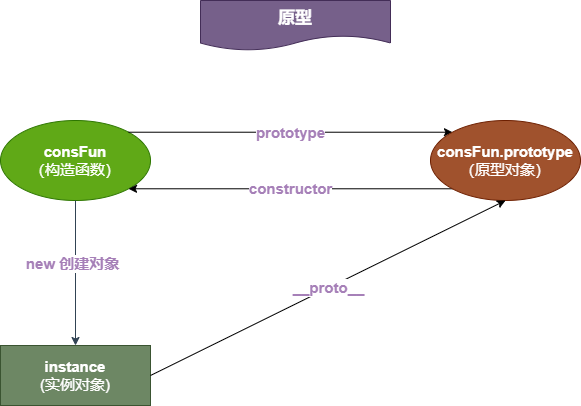
Before: 未命名绘图.drawio.png, a diagram exported from draw.io (arrayListTwo/draw). Source tidied: cells renumbered, new cells last; positions are measured from the earlier drawing's top-left corner, leaving out a move shared by most shapes.
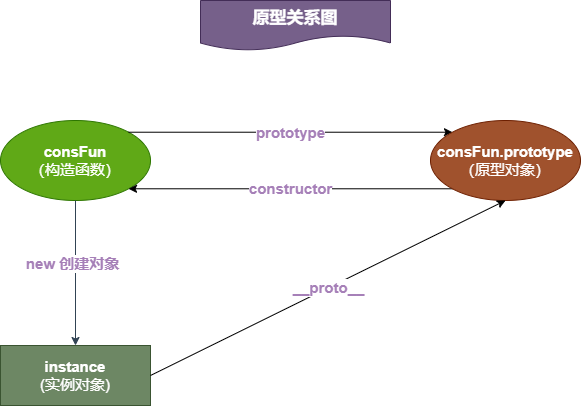
The same file after the commit.

Commit message:
更新未命名绘图.drawio.png

What changed in the source:
```diff
@@ -26,7 +26,7 @@
     <mxCell id="9" value="&lt;b&gt;__proto__&lt;/b&gt;" style="endArrow=classic;html=1;rounded=0;fontSize=15;fontColor=#A680B8;exitX=1;exitY=0.5;exitDx=0;exitDy=0;entryX=0.5;entryY=1;entryDx=0;entryDy=0;" parent="1" edge="1" source="3" target="8">
       <mxGeometry relative="1" as="geometry" />
     </mxCell>
-    <mxCell id="10" value="&lt;b&gt;&lt;font style=&quot;font-size: 17px;&quot;&gt;原型&lt;/font&gt;&lt;/b&gt;" style="shape=document;whiteSpace=wrap;html=1;boundedLbl=1;fillStyle=auto;fontSize=15;fontColor=#ffffff;fillColor=#76608a;strokeColor=#432D57;" parent="1" vertex="1">
+    <mxCell id="10" value="&lt;b&gt;&lt;font style=&quot;font-size: 17px;&quot;&gt;原型关系图&lt;/font&gt;&lt;/b&gt;" style="shape=document;whiteSpace=wrap;html=1;boundedLbl=1;fillStyle=auto;fontSize=15;fontColor=#ffffff;fillColor=#76608a;strokeColor=#432D57;" parent="1" vertex="1">
       <mxGeometry x="200" width="190" height="50" as="geometry" />
     </mxCell>
   </root>
```
